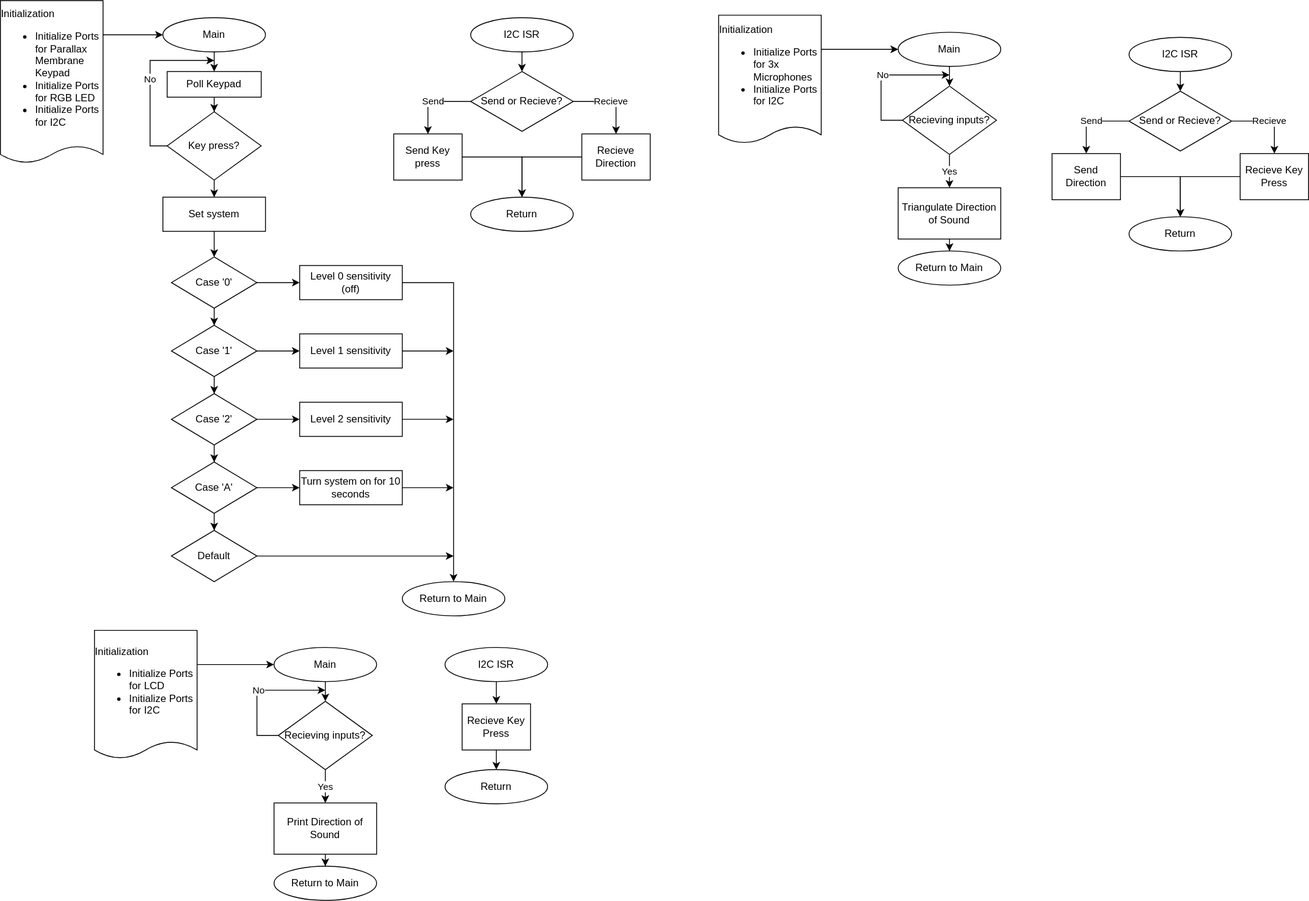
The draw.io diagram docs/assets/FlowChart-gabby.svg in msu-eele-465/final-project-gabriellaLord, before a commit. Source tidied: cells renumbered, new cells last; positions are measured from the earlier drawing's top-left corner, leaving out a move shared by most shapes.
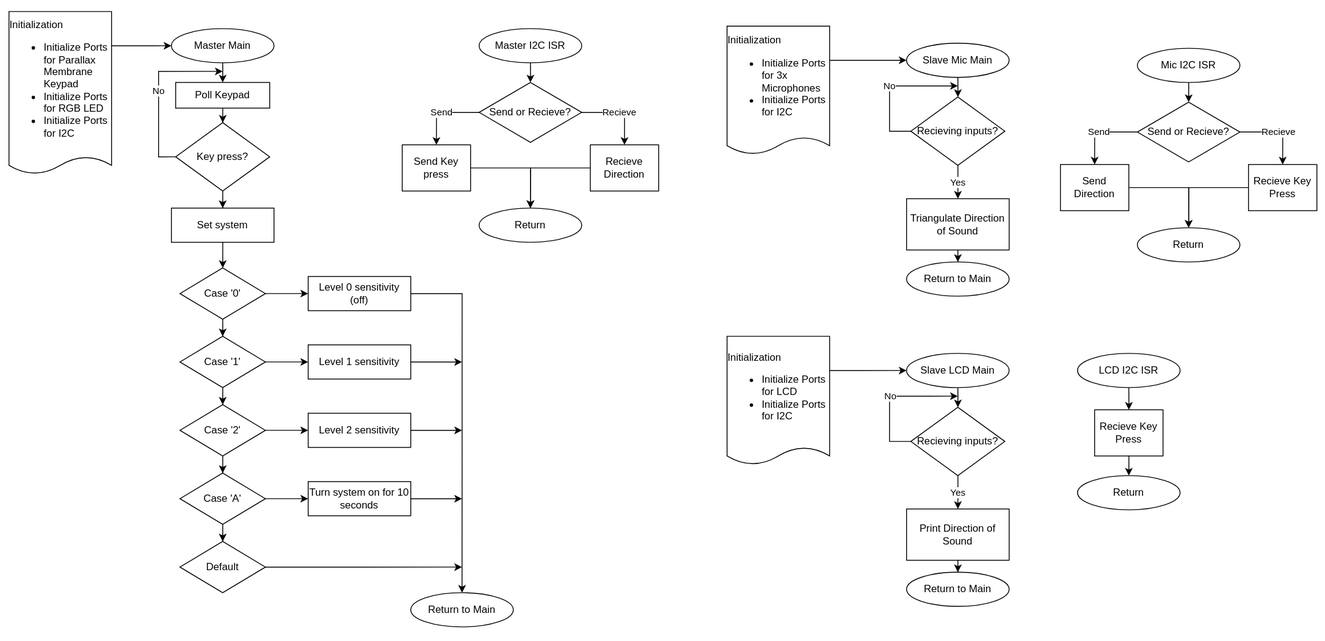
Later version of the same file.

Commit message:
Background of flowchart and circuit diagram now opaque

Change to the diagram source:
```diff
@@ -2,6 +2,9 @@
   <root>
     <mxCell id="0" />
     <mxCell id="1" parent="0" />
+    <mxCell id="81" style="rounded=0;whiteSpace=wrap;html=1;strokeColor=none;" parent="1" vertex="1">
+      <mxGeometry x="-10" y="-13" width="1550" height="750" as="geometry" />
+    </mxCell>
     <mxCell id="2" style="edgeStyle=orthogonalEdgeStyle;rounded=0;jettySize=auto;html=1;entryX=0;entryY=0.5;entryDx=0;entryDy=0;" parent="1" edge="1" source="3" target="5">
       <mxGeometry relative="1" as="geometry">
         <Array as="points">
@@ -16,7 +19,7 @@
     <mxCell id="4" style="edgeStyle=orthogonalEdgeStyle;rounded=0;jettySize=auto;html=1;entryX=0.5;entryY=0;entryDx=0;entryDy=0;" parent="1" edge="1" source="5" target="7">
       <mxGeometry relative="1" as="geometry" />
     </mxCell>
-    <mxCell id="5" value="Main" style="ellipse;whiteSpace=wrap;html=1;" parent="1" vertex="1">
+    <mxCell id="5" value="Master Main" style="ellipse;whiteSpace=wrap;html=1;" parent="1" vertex="1">
       <mxGeometry x="190" y="20" width="120" height="40" as="geometry" />
     </mxCell>
     <mxCell id="6" style="edgeStyle=orthogonalEdgeStyle;rounded=0;jettySize=auto;html=1;" parent="1" edge="1" source="7" target="10">
@@ -142,7 +145,7 @@
     <mxCell id="38" style="edgeStyle=orthogonalEdgeStyle;rounded=0;jettySize=auto;html=1;entryX=0.5;entryY=0;entryDx=0;entryDy=0;" parent="1" edge="1" source="39" target="43">
       <mxGeometry relative="1" as="geometry" />
     </mxCell>
-    <mxCell id="39" value="I2C ISR" style="ellipse;whiteSpace=wrap;html=1;" parent="1" vertex="1">
+    <mxCell id="39" value="Master I2C ISR" style="ellipse;whiteSpace=wrap;html=1;" parent="1" vertex="1">
       <mxGeometry x="550" y="20" width="120" height="40" as="geometry" />
     </mxCell>
     <mxCell id="40" value="Return" style="ellipse;whiteSpace=wrap;html=1;" parent="1" vertex="1">
@@ -172,7 +175,7 @@
     <mxCell id="48" style="edgeStyle=orthogonalEdgeStyle;rounded=0;jettySize=auto;html=1;" parent="1" edge="1" source="49" target="52">
       <mxGeometry relative="1" as="geometry" />
     </mxCell>
-    <mxCell id="49" value="Main" style="ellipse;whiteSpace=wrap;html=1;" parent="1" vertex="1">
+    <mxCell id="49" value="Slave Mic Main" style="ellipse;whiteSpace=wrap;html=1;" parent="1" vertex="1">
       <mxGeometry x="1050" y="37" width="120" height="40" as="geometry" />
     </mxCell>
     <mxCell id="50" value="No" style="edgeStyle=orthogonalEdgeStyle;rounded=0;jettySize=auto;html=1;" parent="1" edge="1" source="52">
@@ -202,7 +205,7 @@
     <mxCell id="56" style="edgeStyle=orthogonalEdgeStyle;rounded=0;jettySize=auto;html=1;entryX=0.5;entryY=0;entryDx=0;entryDy=0;" parent="1" edge="1" source="57" target="61">
       <mxGeometry relative="1" as="geometry" />
     </mxCell>
-    <mxCell id="57" value="I2C ISR" style="ellipse;whiteSpace=wrap;html=1;" parent="1" vertex="1">
+    <mxCell id="57" value="Mic I2C ISR" style="ellipse;whiteSpace=wrap;html=1;" parent="1" vertex="1">
       <mxGeometry x="1320" y="43" width="120" height="40" as="geometry" />
     </mxCell>
     <mxCell id="58" value="Return" style="ellipse;whiteSpace=wrap;html=1;" parent="1" vertex="1">
@@ -232,26 +235,26 @@
     <mxCell id="66" style="edgeStyle=orthogonalEdgeStyle;rounded=0;jettySize=auto;html=1;entryX=0;entryY=0.5;entryDx=0;entryDy=0;" parent="1" edge="1" source="67" target="69">
       <mxGeometry relative="1" as="geometry">
         <Array as="points">
-          <mxPoint x="260" y="777" />
-          <mxPoint x="260" y="777" />
+          <mxPoint x="990" y="420" />
+          <mxPoint x="990" y="420" />
         </Array>
       </mxGeometry>
     </mxCell>
     <mxCell id="67" value="&lt;div style=&quot;text-align: left;&quot;&gt;&lt;span style=&quot;background-color: initial;&quot;&gt;Initialization&lt;/span&gt;&lt;/div&gt;&lt;div style=&quot;text-align: left;&quot;&gt;&lt;ul&gt;&lt;li&gt;&lt;span style=&quot;background-color: initial;&quot;&gt;Initialize Ports for LCD&lt;/span&gt;&lt;/li&gt;&lt;li&gt;&lt;span style=&quot;background-color: initial;&quot;&gt;Initialize Ports for I2C&lt;/span&gt;&lt;/li&gt;&lt;/ul&gt;&lt;/div&gt;" style="shape=document;whiteSpace=wrap;html=1;boundedLbl=1;size=0.13333333333333333;" parent="1" vertex="1">
-      <mxGeometry x="110" y="737" width="120" height="150" as="geometry" />
+      <mxGeometry x="840" y="380" width="120" height="150" as="geometry" />
     </mxCell>
     <mxCell id="68" style="edgeStyle=orthogonalEdgeStyle;rounded=0;jettySize=auto;html=1;" parent="1" edge="1" source="69" target="72">
       <mxGeometry relative="1" as="geometry" />
     </mxCell>
-    <mxCell id="69" value="Main" style="ellipse;whiteSpace=wrap;html=1;" parent="1" vertex="1">
-      <mxGeometry x="320" y="757" width="120" height="40" as="geometry" />
+    <mxCell id="69" value="Slave LCD Main" style="ellipse;whiteSpace=wrap;html=1;" parent="1" vertex="1">
+      <mxGeometry x="1050" y="400" width="120" height="40" as="geometry" />
     </mxCell>
     <mxCell id="70" value="No" style="edgeStyle=orthogonalEdgeStyle;rounded=0;jettySize=auto;html=1;" parent="1" edge="1" source="72">
       <mxGeometry relative="1" as="geometry">
-        <mxPoint x="380" y="807" as="targetPoint" />
+        <mxPoint x="1110" y="450" as="targetPoint" />
         <Array as="points">
-          <mxPoint x="300" y="860" />
-          <mxPoint x="300" y="807" />
+          <mxPoint x="1030" y="503" />
+          <mxPoint x="1030" y="450" />
         </Array>
       </mxGeometry>
     </mxCell>
@@ -259,31 +262,31 @@
       <mxGeometry relative="1" as="geometry" />
     </mxCell>
     <mxCell id="72" value="Recieving inputs?" style="rhombus;whiteSpace=wrap;html=1;" parent="1" vertex="1">
-      <mxGeometry x="325" y="820" width="110" height="80" as="geometry" />
+      <mxGeometry x="1055" y="463" width="110" height="80" as="geometry" />
     </mxCell>
     <mxCell id="73" style="edgeStyle=orthogonalEdgeStyle;rounded=0;jettySize=auto;html=1;" parent="1" edge="1" source="74" target="75">
       <mxGeometry relative="1" as="geometry" />
     </mxCell>
     <mxCell id="74" value="Print Direction of Sound" style="rounded=0;whiteSpace=wrap;html=1;" parent="1" vertex="1">
-      <mxGeometry x="320" y="939" width="120" height="60" as="geometry" />
+      <mxGeometry x="1050" y="582" width="120" height="60" as="geometry" />
     </mxCell>
     <mxCell id="75" value="Return to Main" style="ellipse;whiteSpace=wrap;html=1;" parent="1" vertex="1">
-      <mxGeometry x="320" y="1013" width="120" height="40" as="geometry" />
+      <mxGeometry x="1050" y="656" width="120" height="40" as="geometry" />
     </mxCell>
     <mxCell id="76" style="edgeStyle=orthogonalEdgeStyle;rounded=0;jettySize=auto;html=1;" parent="1" edge="1" source="77" target="80">
       <mxGeometry relative="1" as="geometry" />
     </mxCell>
-    <mxCell id="77" value="I2C ISR" style="ellipse;whiteSpace=wrap;html=1;" parent="1" vertex="1">
-      <mxGeometry x="520" y="757" width="120" height="40" as="geometry" />
+    <mxCell id="77" value="LCD I2C ISR" style="ellipse;whiteSpace=wrap;html=1;" parent="1" vertex="1">
+      <mxGeometry x="1250" y="400" width="120" height="40" as="geometry" />
     </mxCell>
     <mxCell id="78" value="Return" style="ellipse;whiteSpace=wrap;html=1;" parent="1" vertex="1">
-      <mxGeometry x="520" y="900" width="120" height="40" as="geometry" />
+      <mxGeometry x="1250" y="543" width="120" height="40" as="geometry" />
     </mxCell>
     <mxCell id="79" style="edgeStyle=orthogonalEdgeStyle;rounded=0;jettySize=auto;html=1;entryX=0.5;entryY=0;entryDx=0;entryDy=0;" parent="1" edge="1" source="80" target="78">
       <mxGeometry relative="1" as="geometry" />
     </mxCell>
     <mxCell id="80" value="Recieve Key Press" style="rounded=0;whiteSpace=wrap;html=1;" parent="1" vertex="1">
-      <mxGeometry x="540" y="823" width="80" height="54" as="geometry" />
+      <mxGeometry x="1270" y="466" width="80" height="54" as="geometry" />
     </mxCell>
   </root>
 </mxGraphModel>
```
